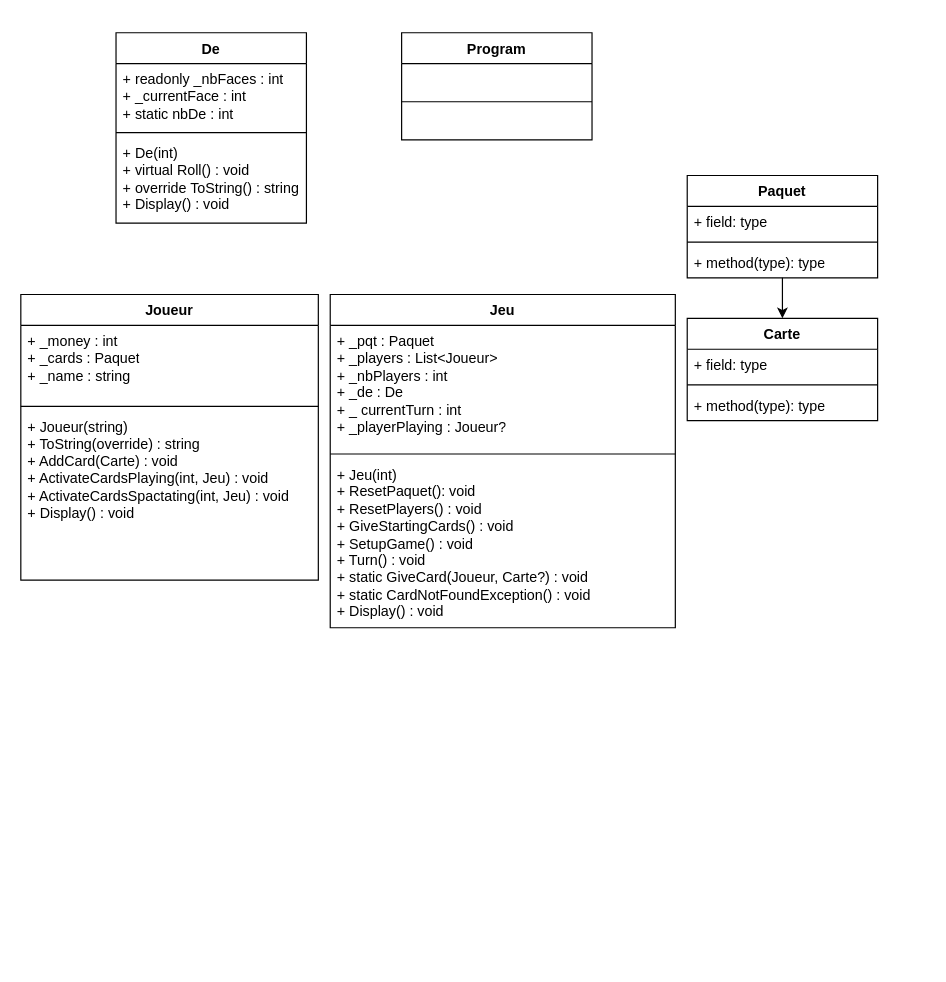
jolanValteau/minivillesPROTO keeps this draw.io diagram as Diagramme sans nom.drawio. Above is the earlier version. Source tidied: cells renumbered, new cells numbered last; positions are measured from the earlier drawing's top-left corner, leaving out a move shared by most shapes. Both pictures are drawn from the tidied source at 119%, with x=0, y=0 at pixel (20, 32).
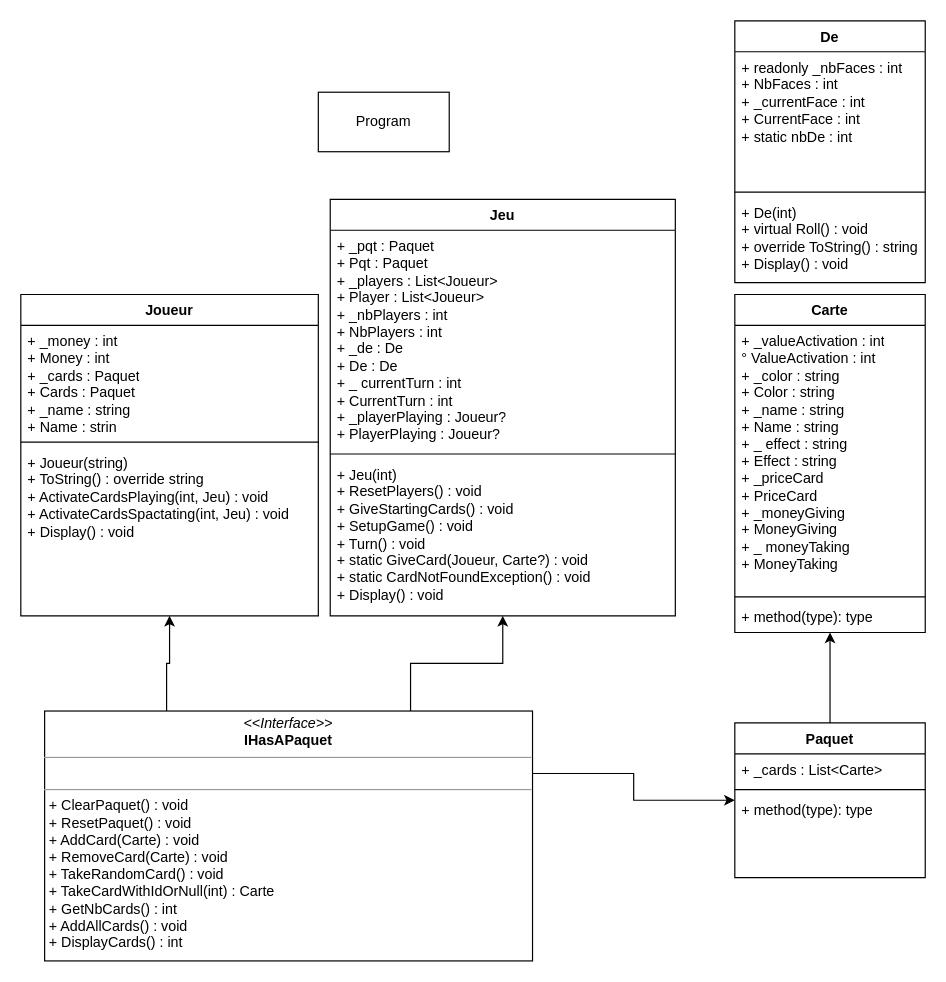
The same page after the edit.

The edit, as a diff of the source:
```diff
@@
     <mxCell id="2" value="Jeu" style="swimlane;fontStyle=1;align=center;verticalAlign=top;horizontal=1;startSize=26;whiteSpace=wrap;html=1;" parent="1" vertex="1">
-      <mxGeometry x="260" y="220" width="290" height="280" as="geometry" />
+      <mxGeometry x="260" y="140" width="290" height="350" as="geometry" />
     </mxCell>
-    <mxCell id="3" value="+ _pqt : Paquet&lt;br&gt;+ _players : List&amp;lt;Joueur&amp;gt;&lt;br&gt;+ _nbPlayers : int&lt;br&gt;+ _de : De&lt;br&gt;+ _ currentTurn : int&lt;br&gt;+ _playerPlaying : Joueur?" style="text;strokeColor=none;fillColor=none;align=left;verticalAlign=top;spacingLeft=4;spacingRight=4;overflow=hidden;whiteSpace=wrap;html=1;" parent="2" vertex="1">
-      <mxGeometry y="26" width="290" height="104" as="geometry" />
+    <mxCell id="3" value="+ _pqt : Paquet&lt;br&gt;+ Pqt : Paquet&lt;br&gt;+ _players : List&amp;lt;Joueur&amp;gt;&lt;br&gt;+ Player : List&amp;lt;Joueur&amp;gt;&lt;br&gt;+ _nbPlayers : int&lt;br&gt;+ NbPlayers : int&lt;br&gt;+ _de : De&lt;br&gt;+ De : De&lt;br&gt;+ _ currentTurn : int&lt;br&gt;+ CurrentTurn : int&lt;br&gt;+ _playerPlaying : Joueur?&lt;br&gt;+ PlayerPlaying : Joueur?" style="text;strokeColor=none;fillColor=none;align=left;verticalAlign=top;spacingLeft=4;spacingRight=4;overflow=hidden;whiteSpace=wrap;html=1;" parent="2" vertex="1">
+      <mxGeometry y="26" width="290" height="184" as="geometry" />
     </mxCell>
     <mxCell id="4" style="line;strokeWidth=1;fillColor=none;align=left;verticalAlign=middle;spacingTop=-1;spacingLeft=3;spacingRight=3;labelPosition=right;strokeColor=inherit;" parent="2" vertex="1">
-      <mxGeometry y="130" width="290" height="8" as="geometry" />
+      <mxGeometry y="210" width="290" height="8" as="geometry" />
     </mxCell>
-    <mxCell id="5" value="+ Jeu(int)&lt;br&gt;+ ResetPaquet(): void&lt;br&gt;+ ResetPlayers() : void&lt;br&gt;+ GiveStartingCards() : void&lt;br&gt;+ SetupGame() : void&lt;br&gt;+ Turn() : void&lt;br&gt;+ static GiveCard(Joueur, Carte?) : void&lt;br&gt;+ static CardNotFoundException() : void&lt;br&gt;+ Display() : void" style="text;strokeColor=none;fillColor=none;align=left;verticalAlign=top;spacingLeft=4;spacingRight=4;overflow=hidden;whiteSpace=wrap;html=1;" parent="2" vertex="1">
-      <mxGeometry y="138" width="290" height="142" as="geometry" />
+    <mxCell id="5" value="+ Jeu(int)&lt;br&gt;+ ResetPlayers() : void&lt;br&gt;+ GiveStartingCards() : void&lt;br&gt;+ SetupGame() : void&lt;br&gt;+ Turn() : void&lt;br&gt;+ static GiveCard(Joueur, Carte?) : void&lt;br&gt;+ static CardNotFoundException() : void&lt;br&gt;+ Display() : void" style="text;strokeColor=none;fillColor=none;align=left;verticalAlign=top;spacingLeft=4;spacingRight=4;overflow=hidden;whiteSpace=wrap;html=1;" parent="2" vertex="1">
+      <mxGeometry y="218" width="290" height="132" as="geometry" />
     </mxCell>
@@
     <mxCell id="7" value="Paquet&lt;br&gt;" style="swimlane;fontStyle=1;align=center;verticalAlign=top;horizontal=1;startSize=26;whiteSpace=wrap;html=1;" parent="1" vertex="1">
-      <mxGeometry x="560" y="120" width="160" height="86" as="geometry" />
+      <mxGeometry x="600" y="580" width="160" height="130" as="geometry" />
     </mxCell>
-    <mxCell id="8" value="+ field: type" style="text;strokeColor=none;fillColor=none;align=left;verticalAlign=top;spacingLeft=4;spacingRight=4;overflow=hidden;whiteSpace=wrap;html=1;" parent="7" vertex="1">
+    <mxCell id="8" value="+ _cards : List&amp;lt;Carte&amp;gt;" style="text;strokeColor=none;fillColor=none;align=left;verticalAlign=top;spacingLeft=4;spacingRight=4;overflow=hidden;whiteSpace=wrap;html=1;" parent="7" vertex="1">
       <mxGeometry y="26" width="160" height="26" as="geometry" />
     </mxCell>
@@
     <mxCell id="10" value="+ method(type): type" style="text;strokeColor=none;fillColor=none;align=left;verticalAlign=top;spacingLeft=4;spacingRight=4;overflow=hidden;whiteSpace=wrap;html=1;" parent="7" vertex="1">
-      <mxGeometry y="60" width="160" height="26" as="geometry" />
+      <mxGeometry y="60" width="160" height="70" as="geometry" />
     </mxCell>
     <mxCell id="11" value="Carte" style="swimlane;fontStyle=1;align=center;verticalAlign=top;horizontal=1;startSize=26;whiteSpace=wrap;html=1;" parent="1" vertex="1">
-      <mxGeometry x="560" y="240" width="160" height="86" as="geometry" />
+      <mxGeometry x="600" y="220" width="160" height="284" as="geometry" />
     </mxCell>
-    <mxCell id="12" value="+ field: type" style="text;strokeColor=none;fillColor=none;align=left;verticalAlign=top;spacingLeft=4;spacingRight=4;overflow=hidden;whiteSpace=wrap;html=1;" parent="11" vertex="1">
-      <mxGeometry y="26" width="160" height="26" as="geometry" />
+    <mxCell id="12" value="+ _valueActivation : int&lt;br&gt;° ValueActivation : int&lt;br&gt;+ _color : string&lt;br&gt;+ Color : string&lt;br&gt;+ _name : string&lt;br&gt;+ Name : string&lt;br&gt;+ _ effect : string&lt;br&gt;+ Effect : string&lt;br&gt;+ _priceCard&lt;br&gt;+ PriceCard&lt;br&gt;+ _moneyGiving&lt;br&gt;+ MoneyGiving&lt;br&gt;+ _ moneyTaking&lt;br&gt;+ MoneyTaking" style="text;strokeColor=none;fillColor=none;align=left;verticalAlign=top;spacingLeft=4;spacingRight=4;overflow=hidden;whiteSpace=wrap;html=1;" parent="11" vertex="1">
+      <mxGeometry y="26" width="160" height="224" as="geometry" />
     </mxCell>
     <mxCell id="13" style="line;strokeWidth=1;fillColor=none;align=left;verticalAlign=middle;spacingTop=-1;spacingLeft=3;spacingRight=3;labelPosition=right;strokeColor=inherit;" parent="11" vertex="1">
-      <mxGeometry y="52" width="160" height="8" as="geometry" />
+      <mxGeometry y="250" width="160" height="8" as="geometry" />
     </mxCell>
     <mxCell id="14" value="+ method(type): type" style="text;strokeColor=none;fillColor=none;align=left;verticalAlign=top;spacingLeft=4;spacingRight=4;overflow=hidden;whiteSpace=wrap;html=1;" parent="11" vertex="1">
-      <mxGeometry y="60" width="160" height="26" as="geometry" />
+      <mxGeometry y="258" width="160" height="26" as="geometry" />
     </mxCell>
     <mxCell id="15" value="Joueur" style="swimlane;fontStyle=1;align=center;verticalAlign=top;horizontal=1;startSize=26;whiteSpace=wrap;html=1;" parent="1" vertex="1">
-      <mxGeometry y="220" width="250" height="240" as="geometry" />
+      <mxGeometry y="220" width="250" height="270" as="geometry" />
     </mxCell>
-    <mxCell id="16" value="+ _money : int&lt;br&gt;+ _cards : Paquet&lt;br&gt;+ _name : string" style="text;strokeColor=none;fillColor=none;align=left;verticalAlign=top;spacingLeft=4;spacingRight=4;overflow=hidden;whiteSpace=wrap;html=1;" parent="15" vertex="1">
-      <mxGeometry y="26" width="250" height="64" as="geometry" />
+    <mxCell id="16" value="+ _money : int&lt;br&gt;+ Money : int&lt;br&gt;+ _cards : Paquet&lt;br&gt;+ Cards : Paquet&lt;br&gt;+ _name : string&lt;br&gt;+ Name : strin" style="text;strokeColor=none;fillColor=none;align=left;verticalAlign=top;spacingLeft=4;spacingRight=4;overflow=hidden;whiteSpace=wrap;html=1;" parent="15" vertex="1">
+      <mxGeometry y="26" width="250" height="94" as="geometry" />
     </mxCell>
     <mxCell id="17" style="line;strokeWidth=1;fillColor=none;align=left;verticalAlign=middle;spacingTop=-1;spacingLeft=3;spacingRight=3;labelPosition=right;strokeColor=inherit;" parent="15" vertex="1">
-      <mxGeometry y="90" width="250" height="8" as="geometry" />
+      <mxGeometry y="120" width="250" height="8" as="geometry" />
     </mxCell>
-    <mxCell id="18" value="+ Joueur(string)&amp;nbsp;&lt;br&gt;+ ToString(override) : string&lt;br&gt;+ AddCard(Carte) : void&lt;br&gt;+ ActivateCardsPlaying(int, Jeu) : void&lt;br&gt;+ ActivateCardsSpactating(int, Jeu) : void&lt;br&gt;+ Display() : void" style="text;strokeColor=none;fillColor=none;align=left;verticalAlign=top;spacingLeft=4;spacingRight=4;overflow=hidden;whiteSpace=wrap;html=1;" parent="15" vertex="1">
-      <mxGeometry y="98" width="250" height="142" as="geometry" />
+    <mxCell id="18" value="+ Joueur(string)&amp;nbsp;&lt;br&gt;+ ToString() : override string&lt;br&gt;+ ActivateCardsPlaying(int, Jeu) : void&lt;br&gt;+ ActivateCardsSpactating(int, Jeu) : void&lt;br&gt;+ Display() : void" style="text;strokeColor=none;fillColor=none;align=left;verticalAlign=top;spacingLeft=4;spacingRight=4;overflow=hidden;whiteSpace=wrap;html=1;" parent="15" vertex="1">
+      <mxGeometry y="128" width="250" height="142" as="geometry" />
     </mxCell>
     <mxCell id="19" value="De" style="swimlane;fontStyle=1;align=center;verticalAlign=top;horizontal=1;startSize=26;whiteSpace=wrap;html=1;" parent="1" vertex="1">
-      <mxGeometry x="80" width="160" height="160" as="geometry" />
+      <mxGeometry x="600" y="-10" width="160" height="220" as="geometry" />
     </mxCell>
-    <mxCell id="20" value="+ readonly _nbFaces : int&lt;br&gt;+ _currentFace : int&lt;br&gt;+ static nbDe : int" style="text;strokeColor=none;fillColor=none;align=left;verticalAlign=top;spacingLeft=4;spacingRight=4;overflow=hidden;whiteSpace=wrap;html=1;" parent="19" vertex="1">
-      <mxGeometry y="26" width="160" height="54" as="geometry" />
+    <mxCell id="20" value="+ readonly _nbFaces : int&lt;br&gt;+ NbFaces : int&lt;br&gt;+ _currentFace : int&lt;br&gt;+ CurrentFace : int&lt;br&gt;+ static nbDe : int" style="text;strokeColor=none;fillColor=none;align=left;verticalAlign=top;spacingLeft=4;spacingRight=4;overflow=hidden;whiteSpace=wrap;html=1;" parent="19" vertex="1">
+      <mxGeometry y="26" width="160" height="114" as="geometry" />
     </mxCell>
     <mxCell id="21" style="line;strokeWidth=1;fillColor=none;align=left;verticalAlign=middle;spacingTop=-1;spacingLeft=3;spacingRight=3;labelPosition=right;strokeColor=inherit;" parent="19" vertex="1">
-      <mxGeometry y="80" width="160" height="8" as="geometry" />
+      <mxGeometry y="140" width="160" height="8" as="geometry" />
     </mxCell>
     <mxCell id="22" value="+ De(int)&lt;br&gt;+ virtual Roll() : void&lt;br&gt;+ override ToString() : string&lt;br&gt;+ Display() : void" style="text;strokeColor=none;fillColor=none;align=left;verticalAlign=top;spacingLeft=4;spacingRight=4;overflow=hidden;whiteSpace=wrap;html=1;" parent="19" vertex="1">
-      <mxGeometry y="88" width="160" height="72" as="geometry" />
+      <mxGeometry y="148" width="160" height="72" as="geometry" />
     </mxCell>
+    <mxCell id="25" style="edgeStyle=orthogonalEdgeStyle;rounded=0;jettySize=auto;html=1;exitX=0.75;exitY=0;exitDx=0;exitDy=0;" parent="1" edge="1" source="28" target="2">
+      <mxGeometry relative="1" as="geometry" />
+    </mxCell>
+    <mxCell id="26" style="edgeStyle=orthogonalEdgeStyle;rounded=0;jettySize=auto;html=1;exitX=0.25;exitY=0;exitDx=0;exitDy=0;" parent="1" edge="1" source="28" target="15">
+      <mxGeometry relative="1" as="geometry" />
+    </mxCell>
+    <mxCell id="27" style="edgeStyle=orthogonalEdgeStyle;rounded=0;jettySize=auto;html=1;exitX=1;exitY=0.25;exitDx=0;exitDy=0;" parent="1" edge="1" source="28" target="7">
+      <mxGeometry relative="1" as="geometry" />
+    </mxCell>
+    <mxCell id="28" value="&lt;p style=&quot;margin:0px;margin-top:4px;text-align:center;&quot;&gt;&lt;i&gt;&amp;lt;&amp;lt;Interface&amp;gt;&amp;gt;&lt;/i&gt;&lt;br&gt;&lt;b&gt;IHasAPaquet&lt;/b&gt;&lt;/p&gt;&lt;hr size=&quot;1&quot;&gt;&lt;p style=&quot;margin:0px;margin-left:4px;&quot;&gt;&lt;br&gt;&lt;/p&gt;&lt;hr size=&quot;1&quot;&gt;&lt;p style=&quot;margin:0px;margin-left:4px;&quot;&gt;+ ClearPaquet() : void&lt;/p&gt;&lt;p style=&quot;margin:0px;margin-left:4px;&quot;&gt;+ ResetPaquet() : void&lt;/p&gt;&lt;p style=&quot;margin:0px;margin-left:4px;&quot;&gt;+ AddCard(Carte) : void&lt;/p&gt;&lt;p style=&quot;margin:0px;margin-left:4px;&quot;&gt;+ RemoveCard(Carte) : void&lt;/p&gt;&lt;p style=&quot;margin:0px;margin-left:4px;&quot;&gt;+ TakeRandomCard() : void&lt;/p&gt;&lt;p style=&quot;margin:0px;margin-left:4px;&quot;&gt;+ TakeCardWithIdOrNull(int) : Carte&lt;/p&gt;&lt;p style=&quot;margin:0px;margin-left:4px;&quot;&gt;+ GetNbCards() : int&lt;/p&gt;&lt;p style=&quot;margin:0px;margin-left:4px;&quot;&gt;+ AddAllCards() : void&lt;/p&gt;&lt;p style=&quot;margin:0px;margin-left:4px;&quot;&gt;+ DisplayCards() : int&lt;/p&gt;" style="verticalAlign=top;align=left;overflow=fill;fontSize=12;fontFamily=Helvetica;html=1;whiteSpace=wrap;" parent="1" vertex="1">
+      <mxGeometry x="20" y="570" width="410" height="210" as="geometry" />
+    </mxCell>
-    <mxCell id="23" value="Program" style="swimlane;fontStyle=1;align=center;verticalAlign=top;horizontal=1;startSize=26;whiteSpace=wrap;html=1;" parent="1" vertex="1">
-      <mxGeometry x="320" width="160" height="90" as="geometry" />
+    <mxCell id="23" value="Program" style="html=1;whiteSpace=wrap;" parent="1" vertex="1">
+      <mxGeometry x="250" y="50" width="110" height="50" as="geometry" />
     </mxCell>
-    <mxCell id="24" style="line;strokeWidth=1;fillColor=none;align=left;verticalAlign=middle;spacingTop=-1;spacingLeft=3;spacingRight=3;labelPosition=right;strokeColor=inherit;" parent="23" vertex="1">
-      <mxGeometry y="26" width="160" height="64" as="geometry" />
-    </mxCell>
```
